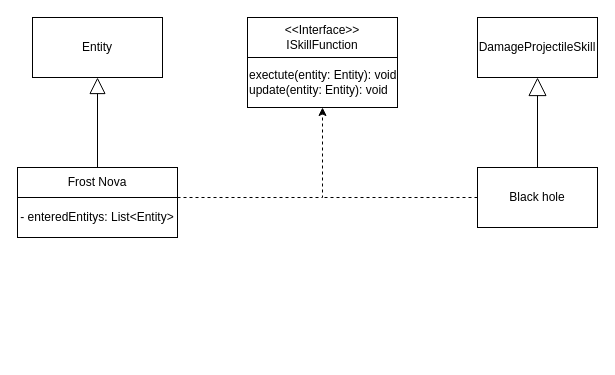
Minerder/Spiel keeps this draw.io diagram as KonzeptSkizzen/Zyklus 2/Fähigkeiten/Fähigkeiten.drawio. Above is the earlier version. Source tidied: cells renumbered, new cells numbered last; positions are measured from the earlier drawing's top-left corner, leaving out a move shared by most shapes. Both pictures are drawn from the tidied source at 100%, with x=0, y=0 at pixel (17, 17).
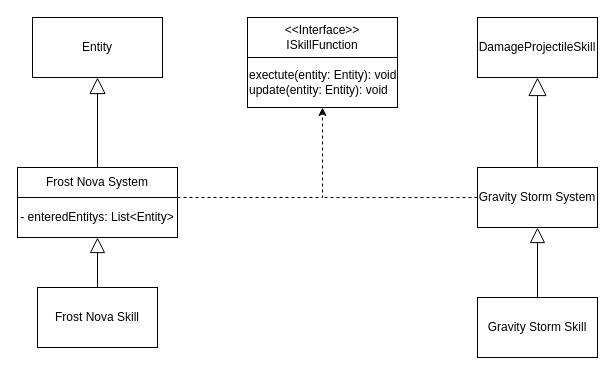
The same diagram, later.

Commit message (it also covers changes not shown here):
Fähigkeiten.md UML ergänzt

Diff of the diagram source:
```diff
@@
 <mxGraphModel>
   <root>
     <mxCell id="0" />
     <mxCell id="1" parent="0" />
     <mxCell id="2" style="edgeStyle=orthogonalEdgeStyle;rounded=0;jettySize=auto;html=1;exitX=0.5;exitY=0;exitDx=0;exitDy=0;entryX=0.5;entryY=1;entryDx=0;entryDy=0;endArrow=block;endFill=0;endSize=16;" parent="1" edge="1" source="4" target="5">
       <mxGeometry relative="1" as="geometry" />
     </mxCell>
     <mxCell id="3" style="edgeStyle=orthogonalEdgeStyle;rounded=0;jettySize=auto;html=1;exitX=0;exitY=0.5;exitDx=0;exitDy=0;dashed=1;endArrow=none;endFill=0;" parent="1" edge="1" source="4">
       <mxGeometry relative="1" as="geometry">
         <mxPoint x="305" y="180" as="targetPoint" />
       </mxGeometry>
     </mxCell>
-    <mxCell id="4" value="Black hole" style="rounded=0;whiteSpace=wrap;html=1;" parent="1" vertex="1">
+    <mxCell id="4" value="Gravity Storm System" style="rounded=0;whiteSpace=wrap;html=1;" parent="1" vertex="1">
       <mxGeometry x="460" y="150" width="120" height="60" as="geometry" />
     </mxCell>
     <mxCell id="5" value="DamageProjectileSkill" style="rounded=0;whiteSpace=wrap;html=1;" parent="1" vertex="1">
       <mxGeometry x="460" width="120" height="60" as="geometry" />
     </mxCell>
     <mxCell id="6" value="&amp;lt;&amp;lt;Interface&amp;gt;&amp;gt;&lt;br&gt;ISkillFunction" style="rounded=0;whiteSpace=wrap;html=1;" parent="1" vertex="1">
       <mxGeometry x="230" width="150" height="40" as="geometry" />
     </mxCell>
     <mxCell id="7" value="&lt;div style=&quot;&quot;&gt;&lt;span style=&quot;background-color: initial;&quot;&gt;exectute(entity: Entity): void&lt;/span&gt;&lt;/div&gt;&lt;div style=&quot;&quot;&gt;update(entity: Entity&lt;span style=&quot;background-color: initial;&quot;&gt;): void&lt;/span&gt;&lt;/div&gt;" style="rounded=0;whiteSpace=wrap;html=1;align=left;" parent="1" vertex="1">
       <mxGeometry x="230" y="40" width="150" height="50" as="geometry" />
     </mxCell>
     <mxCell id="8" style="edgeStyle=orthogonalEdgeStyle;rounded=0;jettySize=auto;html=1;dashed=1;exitX=1;exitY=0;exitDx=0;exitDy=0;entryX=0.5;entryY=1;entryDx=0;entryDy=0;" parent="1" edge="1" source="12" target="7">
       <mxGeometry relative="1" as="geometry">
         <Array as="points">
           <mxPoint x="305" y="180" />
         </Array>
       </mxGeometry>
     </mxCell>
     <mxCell id="9" style="edgeStyle=orthogonalEdgeStyle;rounded=0;jettySize=auto;html=1;exitX=0.5;exitY=0;exitDx=0;exitDy=0;entryX=0.5;entryY=1;entryDx=0;entryDy=0;endArrow=block;endFill=0;endSize=14;" parent="1" edge="1" source="10" target="11">
       <mxGeometry relative="1" as="geometry" />
     </mxCell>
-    <mxCell id="10" value="Frost Nova" style="rounded=0;whiteSpace=wrap;html=1;" parent="1" vertex="1">
+    <mxCell id="10" value="Frost Nova System" style="rounded=0;whiteSpace=wrap;html=1;" parent="1" vertex="1">
       <mxGeometry y="150" width="160" height="30" as="geometry" />
     </mxCell>
     <mxCell id="11" value="Entity" style="rounded=0;whiteSpace=wrap;html=1;" parent="1" vertex="1">
       <mxGeometry x="15" width="130" height="60" as="geometry" />
     </mxCell>
     <mxCell id="12" value="- enteredEntitys: List&amp;lt;Entity&amp;gt;" style="rounded=0;whiteSpace=wrap;html=1;" parent="1" vertex="1">
       <mxGeometry y="180" width="160" height="40" as="geometry" />
     </mxCell>
+    <mxCell id="13" style="edgeStyle=orthogonalEdgeStyle;rounded=0;jettySize=auto;html=1;exitX=0.5;exitY=0;exitDx=0;exitDy=0;entryX=0.5;entryY=1;entryDx=0;entryDy=0;endArrow=block;endFill=0;endSize=13;" parent="1" edge="1" source="14" target="12">
+      <mxGeometry relative="1" as="geometry" />
+    </mxCell>
+    <mxCell id="14" value="Frost Nova Skill" style="rounded=0;whiteSpace=wrap;html=1;" parent="1" vertex="1">
+      <mxGeometry x="20" y="270" width="120" height="60" as="geometry" />
+    </mxCell>
+    <mxCell id="15" style="edgeStyle=orthogonalEdgeStyle;rounded=0;jettySize=auto;html=1;exitX=0.5;exitY=0;exitDx=0;exitDy=0;entryX=0.5;entryY=1;entryDx=0;entryDy=0;endArrow=block;endFill=0;endSize=13;" parent="1" edge="1" source="16" target="4">
+      <mxGeometry relative="1" as="geometry" />
+    </mxCell>
+    <mxCell id="16" value="Gravity Storm Skill" style="rounded=0;whiteSpace=wrap;html=1;" parent="1" vertex="1">
+      <mxGeometry x="460" y="280" width="120" height="60" as="geometry" />
+    </mxCell>
   </root>
 </mxGraphModel>
```
